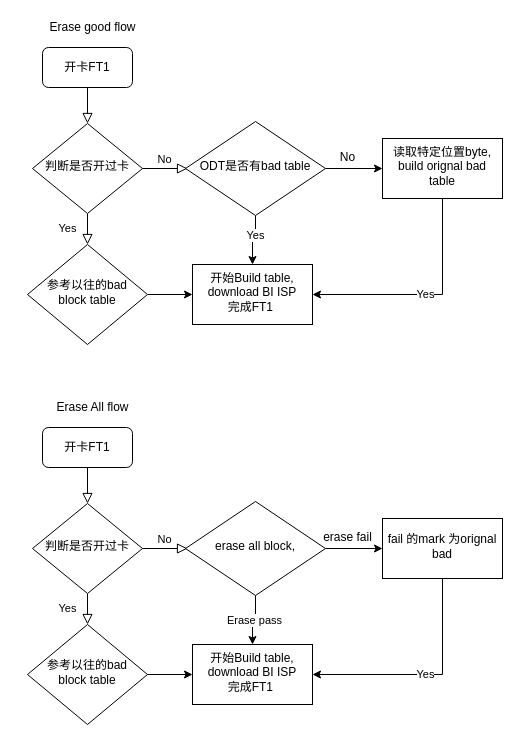
Before: Untitled Diagram.drawio in mxy522/xiaomi, a draw.io diagram. Source tidied: cells renumbered, new cells numbered last; positions are measured from the earlier drawing's top-left corner, leaving out a move shared by most shapes. Both pictures are drawn from the tidied source at 100%, with x=0, y=0 at pixel (27, 17).
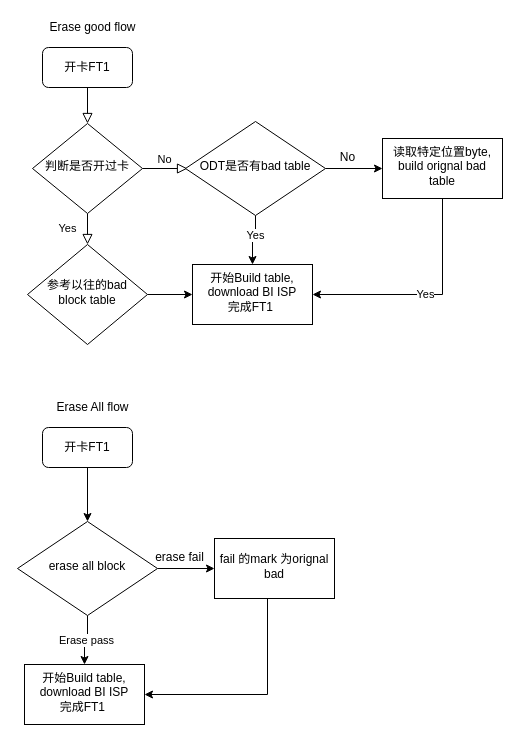
After the change.

The change refers to these unchanged cells:
```xml
<mxCell id="19" value="开卡FT1" style="rounded=1;whiteSpace=wrap;html=1;fontSize=12;glass=0;strokeWidth=1;shadow=0;" parent="1" vertex="1">
  <mxGeometry x="15" y="410" width="90" height="40" as="geometry" />
</mxCell>
```

What changed in the source:
```diff
@@
-    <mxCell id="18" style="rounded=0;html=1;jettySize=auto;fontSize=11;endArrow=block;endFill=0;endSize=8;strokeWidth=1;shadow=0;labelBackgroundColor=none;edgeStyle=orthogonalEdgeStyle;" parent="1" edge="1" source="19" target="22">
-      <mxGeometry relative="1" as="geometry" />
-    </mxCell>
+    <mxCell id="33" style="edgeStyle=none;rounded=0;jettySize=auto;html=1;exitX=0.5;exitY=1;exitDx=0;exitDy=0;entryX=0.5;entryY=0;entryDx=0;entryDy=0;fontSize=12;" parent="1" edge="1" source="19" target="28">
+      <mxGeometry relative="1" as="geometry" />
+    </mxCell>
@@
-    <mxCell id="20" value="Yes" style="rounded=0;html=1;jettySize=auto;fontSize=11;endArrow=block;endFill=0;endSize=8;strokeWidth=1;shadow=0;labelBackgroundColor=none;edgeStyle=orthogonalEdgeStyle;" parent="1" edge="1" source="22" target="24">
-      <mxGeometry y="20" relative="1" as="geometry" />
-    </mxCell>
-    <mxCell id="21" value="No" style="edgeStyle=orthogonalEdgeStyle;rounded=0;html=1;jettySize=auto;fontSize=11;endArrow=block;endFill=0;endSize=8;strokeWidth=1;shadow=0;labelBackgroundColor=none;" parent="1" edge="1" source="22">
-      <mxGeometry y="10" relative="1" as="geometry">
-        <mxPoint x="160" y="531" as="targetPoint" />
-      </mxGeometry>
-    </mxCell>
-    <mxCell id="22" value="判断是否开过卡" style="rhombus;whiteSpace=wrap;html=1;shadow=0;fontFamily=Helvetica;fontSize=12;align=center;strokeWidth=1;spacing=6;spacingTop=-4;" parent="1" vertex="1">
-      <mxGeometry x="5" y="486" width="110" height="90" as="geometry" />
-    </mxCell>
-    <mxCell id="23" style="edgeStyle=orthogonalEdgeStyle;rounded=0;jettySize=auto;html=1;" parent="1" edge="1" source="24" target="32">
-      <mxGeometry relative="1" as="geometry" />
-    </mxCell>
-    <mxCell id="24" value="参考以往的bad block table" style="rhombus;whiteSpace=wrap;html=1;shadow=0;fontFamily=Helvetica;fontSize=12;align=center;strokeWidth=1;spacing=6;spacingTop=-4;" parent="1" vertex="1">
-      <mxGeometry y="607" width="120" height="100" as="geometry" />
-    </mxCell>
@@
-    <mxCell id="28" value="erase all block," style="rhombus;whiteSpace=wrap;html=1;shadow=0;fontFamily=Helvetica;fontSize=12;align=center;strokeWidth=1;spacing=6;spacingTop=-4;" parent="1" vertex="1">
-      <mxGeometry x="158" y="484" width="140" height="94" as="geometry" />
+    <mxCell id="28" value="erase all block" style="rhombus;whiteSpace=wrap;html=1;shadow=0;fontFamily=Helvetica;fontSize=12;align=center;strokeWidth=1;spacing=6;spacingTop=-4;" parent="1" vertex="1">
+      <mxGeometry x="-10" y="504" width="140" height="94" as="geometry" />
     </mxCell>
-    <mxCell id="29" value="Yes" style="edgeStyle=orthogonalEdgeStyle;rounded=0;jettySize=auto;html=1;entryX=1;entryY=0.5;entryDx=0;entryDy=0;" parent="1" edge="1" source="30" target="32">
+    <mxCell id="29" style="edgeStyle=orthogonalEdgeStyle;rounded=0;jettySize=auto;html=1;entryX=1;entryY=0.5;entryDx=0;entryDy=0;fontSize=12;" parent="1" edge="1" source="30" target="32">
       <mxGeometry relative="1" as="geometry">
         <Array as="points">
-          <mxPoint x="415" y="657" />
+          <mxPoint x="240" y="677" />
         </Array>
       </mxGeometry>
     </mxCell>
     <mxCell id="30" value="fail 的mark 为orignal bad" style="whiteSpace=wrap;html=1;shadow=0;strokeWidth=1;spacing=6;spacingTop=-4;fontSize=12;" parent="1" vertex="1">
-      <mxGeometry x="355" y="501" width="120" height="60" as="geometry" />
+      <mxGeometry x="187" y="521" width="120" height="60" as="geometry" />
     </mxCell>
     <mxCell id="31" value="erase fail" style="text;html=1;align=center;verticalAlign=middle;strokeColor=none;fillColor=none;" parent="1" vertex="1">
-      <mxGeometry x="290" y="510" width="60" height="20" as="geometry" />
+      <mxGeometry x="122" y="530" width="60" height="20" as="geometry" />
     </mxCell>
     <mxCell id="32" value="开始Build table, download BI ISP&lt;br&gt;完成FT1&amp;nbsp;" style="whiteSpace=wrap;html=1;shadow=0;strokeWidth=1;spacing=6;spacingTop=-4;" parent="1" vertex="1">
-      <mxGeometry x="165" y="627" width="120" height="60" as="geometry" />
+      <mxGeometry x="-3" y="647" width="120" height="60" as="geometry" />
     </mxCell>
```
